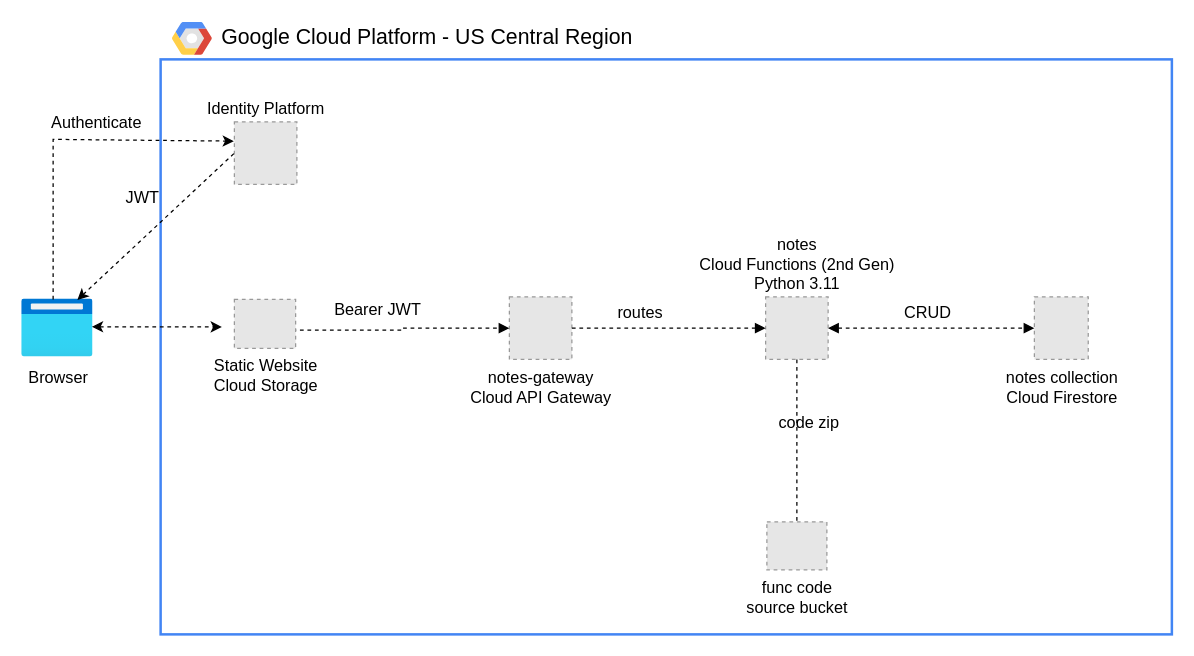
This is gcp-identity-app.drawio from mamonaco1973/gcp-identity-app, a draw.io file, before an edit. Source tidied: cells renumbered, new cells numbered last; positions are measured from the earlier drawing's top-left corner, leaving out a move shared by most shapes. Both pictures are drawn from the tidied source at 125%, with x=0, y=0 at pixel (21, 21). Pictures stored in the file or linked from it are replaced by grey dashed boxes.
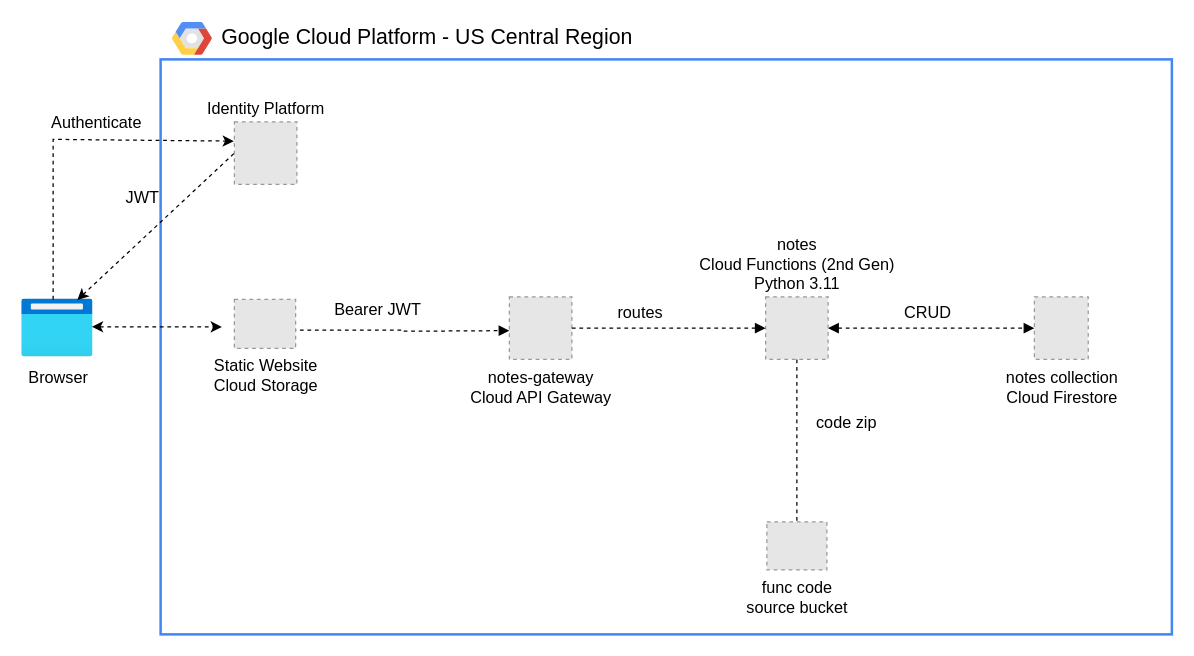
The same diagram, later.

The change refers to these unchanged cells:
```xml
<mxCell id="6" value="notes-gateway&#10;Cloud API Gateway" style="fillColor=#E6E6E6;strokeColor=#999999;dashed=1;html=1;verticalLabelPosition=bottom;labelBackgroundColor=none;verticalAlign=top;fontStyle=0;fontColor=#000000;fontSize=13;align=center;" parent="1" vertex="1">
  <mxGeometry x="390" y="220" width="50" height="50" as="geometry" />
</mxCell>
<mxCell id="20" value="Static Website&lt;div&gt;Cloud Storage&lt;/div&gt;" style="fillColor=#E6E6E6;strokeColor=#999999;dashed=1;html=1;verticalLabelPosition=bottom;labelBackgroundColor=none;verticalAlign=top;fontStyle=0;fontColor=#000000;fontSize=13;align=center;" parent="1" vertex="1">
  <mxGeometry x="170" y="222" width="49" height="39.2" as="geometry" />
</mxCell>
```

What changed in the source:
```diff
@@
-    <mxCell id="11" style="edgeStyle=orthogonalEdgeStyle;endArrow=block;startArrow=none;endFill=1;html=1;rounded=0;dashed=1;labelBackgroundColor=none;entryX=0;entryY=0.5;entryDx=0;entryDy=0;exitX=0.948;exitY=0.625;exitDx=0;exitDy=0;exitPerimeter=0;" parent="1" edge="1" source="20" target="6">
-      <mxGeometry relative="1" as="geometry" />
+    <mxCell id="11" style="edgeStyle=orthogonalEdgeStyle;endArrow=block;startArrow=none;endFill=1;html=1;rounded=0;dashed=1;labelBackgroundColor=none;exitX=0.948;exitY=0.625;exitDx=0;exitDy=0;exitPerimeter=0;" parent="1" edge="1" source="20">
+      <mxGeometry relative="1" as="geometry">
+        <mxPoint x="390" y="247" as="targetPoint" />
+      </mxGeometry>
     </mxCell>
@@
     <mxCell id="18" value="&lt;font style=&quot;font-size: 13px;&quot;&gt;code zip&lt;/font&gt;" style="text;html=1;strokeColor=none;fillColor=none;align=center;verticalAlign=middle;whiteSpace=wrap;fontSize=11;" parent="1" vertex="1">
-      <mxGeometry x="600" y="310" width="60" height="20" as="geometry" />
+      <mxGeometry x="630" y="310" width="60" height="20" as="geometry" />
     </mxCell>
```
